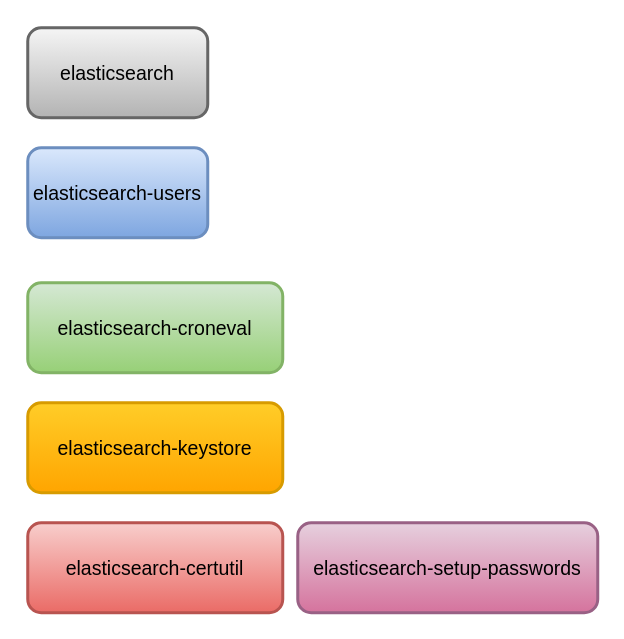
Before: page "ES- Commandline" (2 of 10) of My Articles/elastic stack/Elastic Search Understanding.drawio in paramothers/books, a draw.io diagram. Source tidied: cells renumbered, new cells numbered last; positions are measured from the earlier drawing's top-left corner, leaving out a move shared by most shapes. Both pictures are drawn from the tidied source at 150%, with x=0, y=0 at pixel (27, 27).
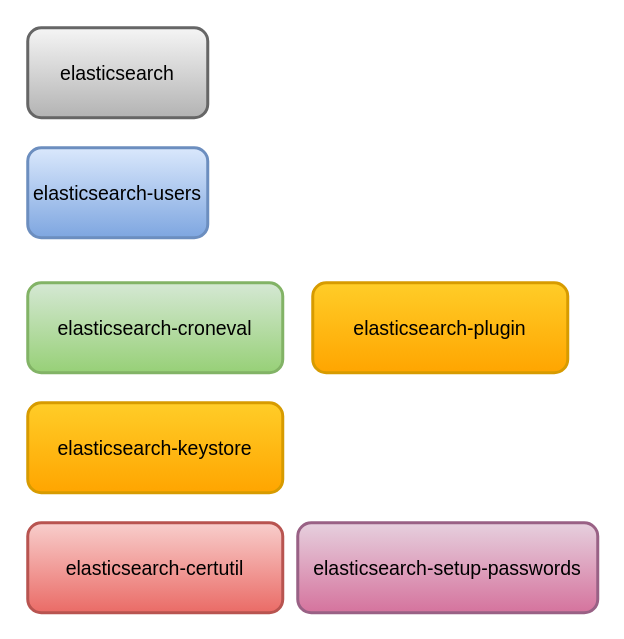
Above is the later version.

Diff of the diagram source:
```diff
@@
 <mxGraphModel>
   <root>
     <mxCell id="0" />
     <mxCell id="1" parent="0" />
     <mxCell id="2" value="elasticsearch" style="rounded=1;whiteSpace=wrap;html=1;strokeColor=#666666;strokeWidth=2;fontSize=13;align=center;gradientColor=#b3b3b3;fillColor=#f5f5f5;" parent="1" vertex="1">
       <mxGeometry width="120" height="60" as="geometry" />
     </mxCell>
     <mxCell id="3" value="elasticsearch-users" style="rounded=1;whiteSpace=wrap;html=1;strokeColor=#6c8ebf;strokeWidth=2;fontSize=13;align=center;gradientColor=#7ea6e0;fillColor=#dae8fc;" parent="1" vertex="1">
       <mxGeometry y="80" width="120" height="60" as="geometry" />
     </mxCell>
     <mxCell id="4" value="elasticsearch-croneval" style="rounded=1;whiteSpace=wrap;html=1;strokeColor=#82b366;strokeWidth=2;fontSize=13;align=center;gradientColor=#97d077;fillColor=#d5e8d4;" parent="1" vertex="1">
       <mxGeometry y="170" width="170" height="60" as="geometry" />
     </mxCell>
     <mxCell id="5" value="elasticsearch-keystore" style="rounded=1;whiteSpace=wrap;html=1;strokeColor=#d79b00;strokeWidth=2;fontSize=13;align=center;gradientColor=#ffa500;fillColor=#ffcd28;" parent="1" vertex="1">
       <mxGeometry y="250" width="170" height="60" as="geometry" />
     </mxCell>
     <mxCell id="6" value="elasticsearch-certutil" style="rounded=1;whiteSpace=wrap;html=1;strokeColor=#b85450;strokeWidth=2;fontSize=13;align=center;gradientColor=#ea6b66;fillColor=#f8cecc;" parent="1" vertex="1">
       <mxGeometry y="330" width="170" height="60" as="geometry" />
     </mxCell>
     <mxCell id="7" value="elasticsearch-setup-passwords" style="rounded=1;whiteSpace=wrap;html=1;strokeColor=#996185;strokeWidth=2;fontSize=13;align=center;gradientColor=#d5739d;fillColor=#e6d0de;" parent="1" vertex="1">
       <mxGeometry x="180" y="330" width="200" height="60" as="geometry" />
     </mxCell>
+    <mxCell id="8" value="elasticsearch-plugin" style="rounded=1;whiteSpace=wrap;html=1;strokeColor=#d79b00;strokeWidth=2;fontSize=13;align=center;gradientColor=#ffa500;fillColor=#ffcd28;" parent="1" vertex="1">
+      <mxGeometry x="190" y="170" width="170" height="60" as="geometry" />
+    </mxCell>
   </root>
 </mxGraphModel>
```
